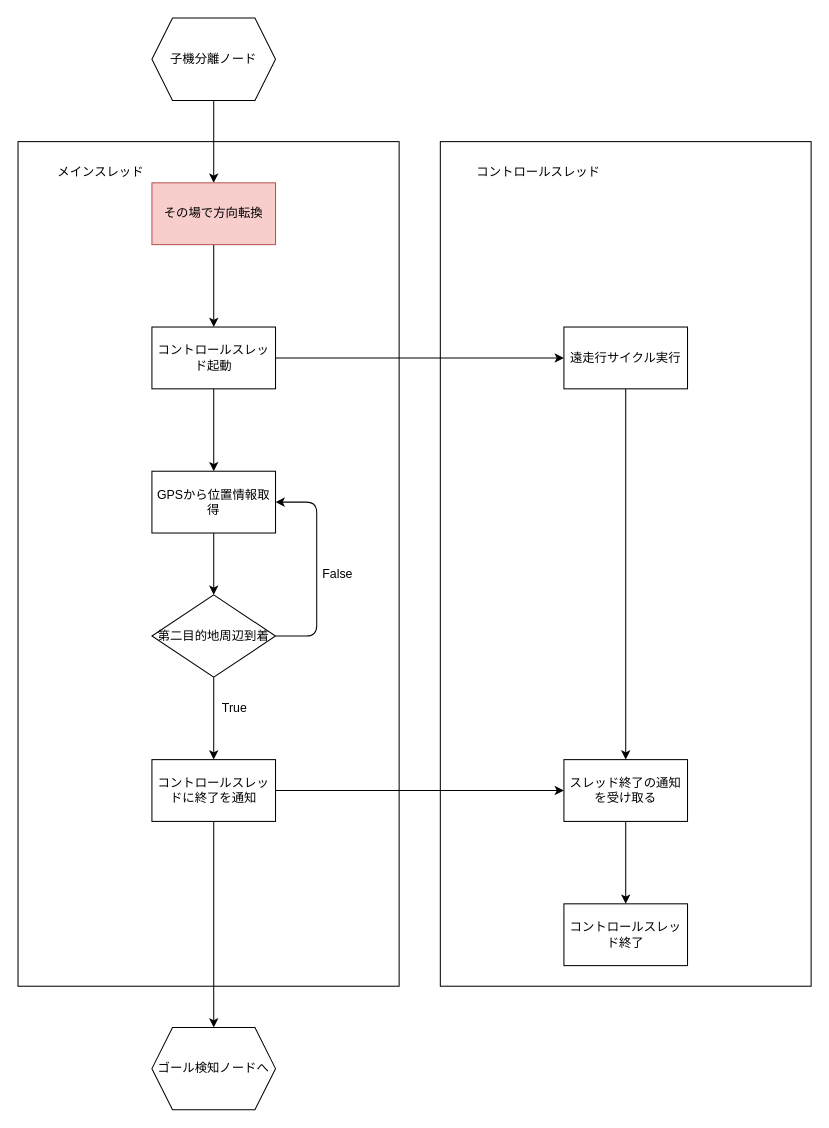
Earlier version of the draw.io diagram docs/nodes/parent/flowchart/second_running_node.drawio (FROM-THE-EARTH/canbeta). Source tidied: cells renumbered, new cells numbered last; positions are measured from the earlier drawing's top-left corner, leaving out a move shared by most shapes. Both pictures are drawn from the tidied source at 103%, with x=0, y=0 at pixel (18, 18).
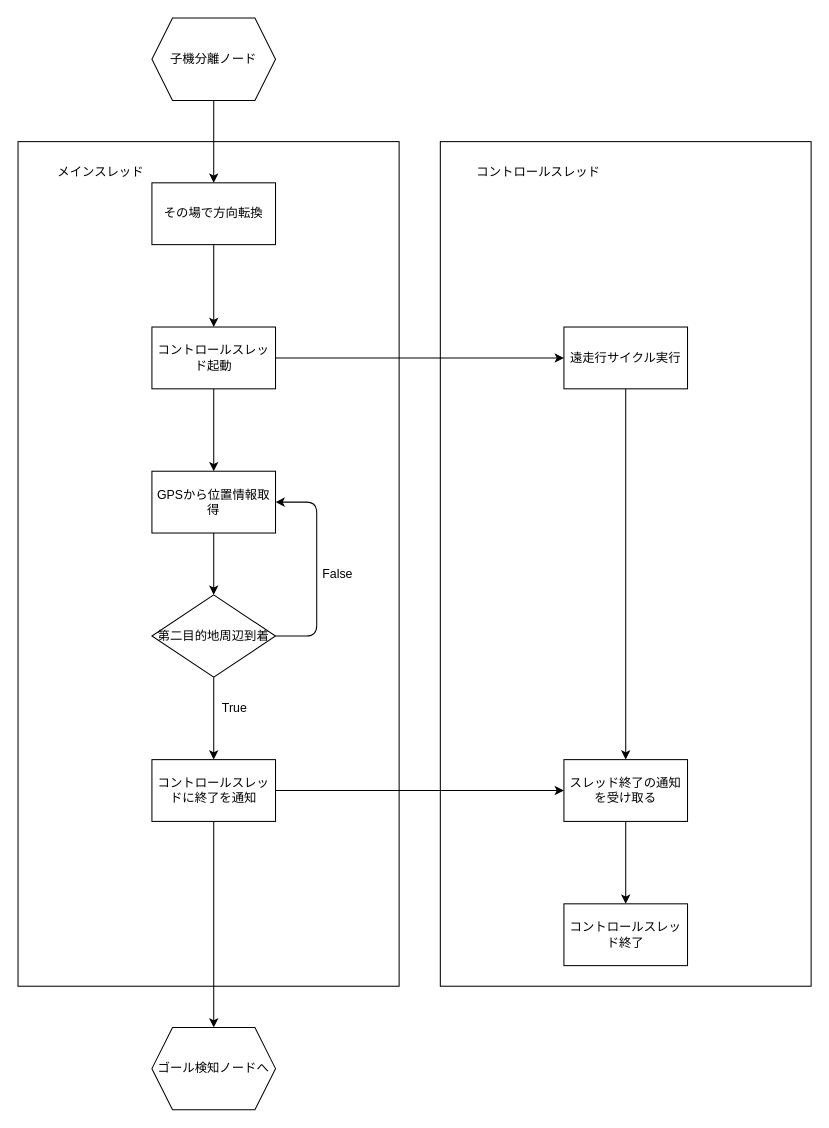
Above is the later version.

The edit, as a diff of the source:
```diff
@@
-    <mxCell id="28" value="その場で方向転換" style="whiteSpace=wrap;html=1;fillColor=#f8cecc;strokeColor=#b85450;" parent="1" vertex="1">
+    <mxCell id="28" value="その場で方向転換" style="whiteSpace=wrap;html=1;" parent="1" vertex="1">
       <mxGeometry x="130" y="160" width="120" height="60" as="geometry" />
     </mxCell>
```
